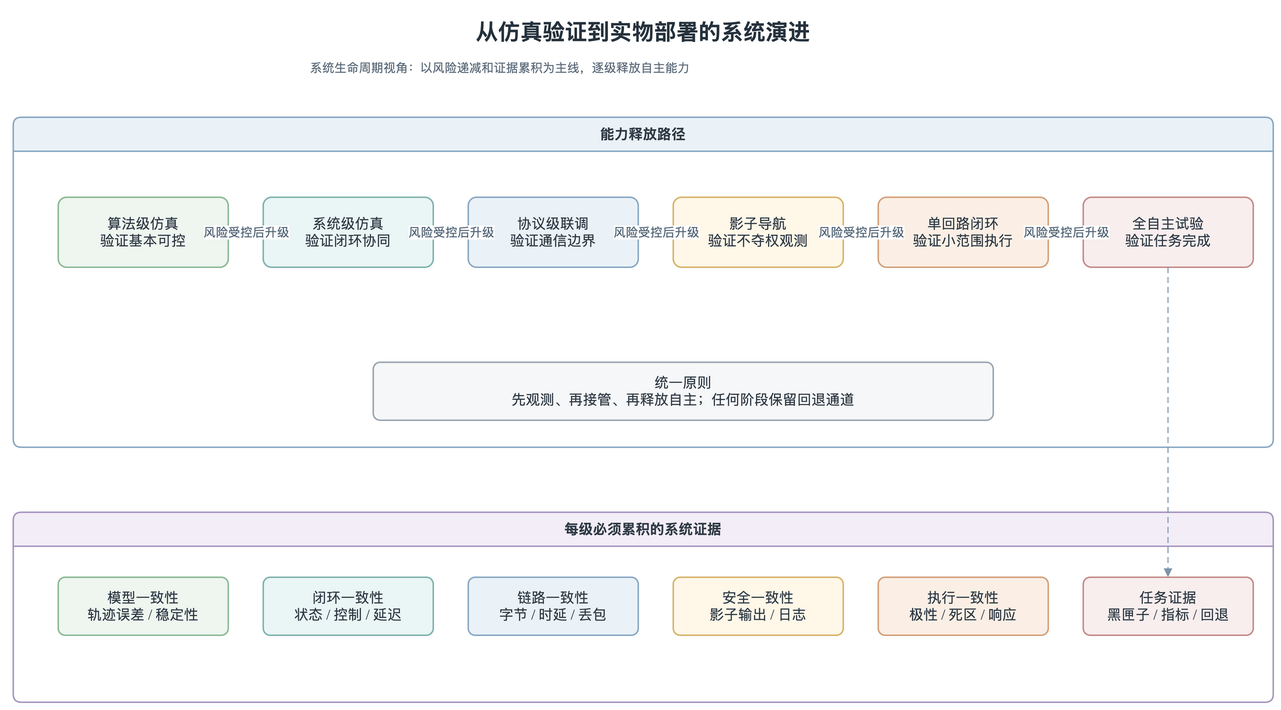
Before: docs/thesis/figures/architecture/auv_system_verification_deployment_ladder.drawio.png, a diagram exported from draw.io (360ZMEM/AUV-Master-Project). Source tidied: cells renumbered, new cells last; positions are measured from the earlier drawing's top-left corner, leaving out a move shared by most shapes.
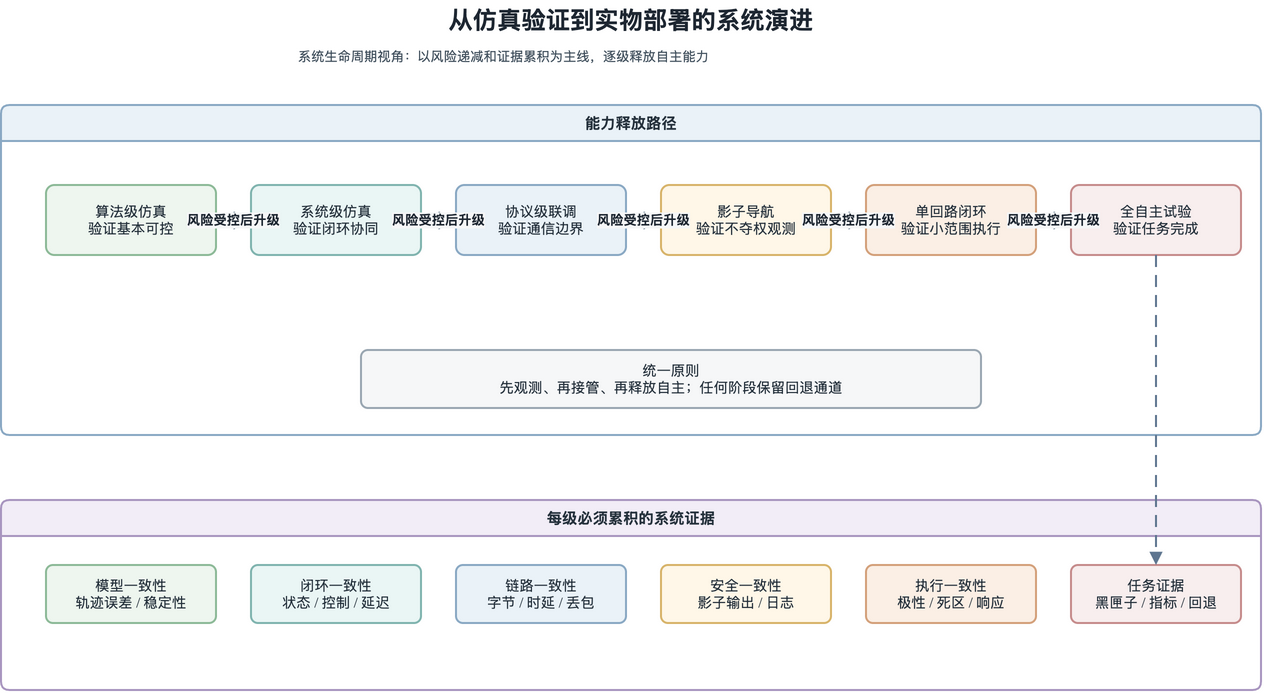
After the commit.

The edit, as a diff of the source:
```diff
@@ -2,88 +2,88 @@
   <root>
     <mxCell id="0" />
     <mxCell id="1" parent="0" />
-    <mxCell id="2" value="从仿真验证到实物部署的系统演进" style="text;html=1;strokeColor=none;fillColor=none;align=center;verticalAlign=middle;whiteSpace=wrap;rounded=0;fontFamily=Noto Serif CJK SC,Times New Roman;fontSize=22;fontStyle=1;fontColor=#26323D;" parent="1" vertex="1">
+    <mxCell id="2" value="从仿真验证到实物部署的系统演进" style="text;html=1;strokeColor=none;fillColor=none;align=center;verticalAlign=middle;whiteSpace=wrap;rounded=0;fontFamily=Noto Serif CJK SC,Times New Roman;fontSize=24;fontStyle=1;fontColor=#1E2732;" parent="1" vertex="1">
       <mxGeometry x="250" width="760" height="40" as="geometry" />
     </mxCell>
-    <mxCell id="3" value="系统生命周期视角：以风险递减和证据累积为主线，逐级释放自主能力" style="text;html=1;strokeColor=none;fillColor=none;align=left;verticalAlign=top;whiteSpace=wrap;rounded=0;fontFamily=Noto Serif CJK SC,Times New Roman;fontSize=12;fontColor=#5C6B7A;" parent="1" vertex="1">
+    <mxCell id="3" value="系统生命周期视角：以风险递减和证据累积为主线，逐级释放自主能力" style="text;html=1;strokeColor=none;fillColor=none;align=left;verticalAlign=top;whiteSpace=wrap;rounded=0;fontFamily=Noto Serif CJK SC,Times New Roman;fontSize=13;fontColor=#43525F;" parent="1" vertex="1">
       <mxGeometry x="295" y="42" width="700" height="34" as="geometry" />
     </mxCell>
-    <mxCell id="4" value="能力释放路径" style="swimlane;whiteSpace=wrap;html=1;startSize=34;rounded=1;arcSize=8;fillColor=#EAF2F8;strokeColor=#8AA9C4;strokeWidth=1.5;fontFamily=Noto Serif CJK SC,Times New Roman;fontSize=14;fontColor=#2F3A45;" parent="1" vertex="1">
+    <mxCell id="4" value="能力释放路径" style="swimlane;whiteSpace=wrap;html=1;startSize=36;rounded=1;arcSize=8;fillColor=#EAF2F8;strokeColor=#8AA9C4;strokeWidth=2;fontFamily=Noto Serif CJK SC,Times New Roman;fontSize=14;fontColor=#26323D;fontStyle=1;fontSize=15;" parent="1" vertex="1">
       <mxGeometry y="105" width="1260" height="330" as="geometry" />
     </mxCell>
-    <mxCell id="5" value="每级必须累积的系统证据" style="swimlane;whiteSpace=wrap;html=1;startSize=34;rounded=1;arcSize=8;fillColor=#F2EDF7;strokeColor=#A996C0;strokeWidth=1.5;fontFamily=Noto Serif CJK SC,Times New Roman;fontSize=14;fontColor=#2F3A45;" parent="1" vertex="1">
+    <mxCell id="5" value="每级必须累积的系统证据" style="swimlane;whiteSpace=wrap;html=1;startSize=36;rounded=1;arcSize=8;fillColor=#F2EDF7;strokeColor=#A996C0;strokeWidth=2;fontFamily=Noto Serif CJK SC,Times New Roman;fontSize=14;fontColor=#26323D;fontStyle=1;fontSize=15;" parent="1" vertex="1">
       <mxGeometry y="500" width="1260" height="190" as="geometry" />
     </mxCell>
-    <mxCell id="6" value="算法级仿真&#10;验证基本可控" style="rounded=1;whiteSpace=wrap;html=1;arcSize=12;fillColor=#EEF6EF;strokeColor=#8DBA98;strokeWidth=1.5;spacing=8;fontFamily=Noto Serif CJK SC,Times New Roman;fontSize=14;fontColor=#2F3A45;" parent="4" vertex="1">
+    <mxCell id="6" value="算法级仿真&#10;验证基本可控" style="rounded=1;whiteSpace=wrap;html=1;arcSize=12;fillColor=#EEF6EF;strokeColor=#8DBA98;strokeWidth=2;spacing=8;shadow=0;fontFamily=Noto Serif CJK SC,Times New Roman;fontSize=14;fontColor=#26323D;" parent="4" vertex="1">
       <mxGeometry x="45" y="80" width="170" height="70" as="geometry" />
     </mxCell>
-    <mxCell id="7" value="系统级仿真&#10;验证闭环协同" style="rounded=1;whiteSpace=wrap;html=1;arcSize=12;fillColor=#EAF6F5;strokeColor=#80B4AF;strokeWidth=1.5;spacing=8;fontFamily=Noto Serif CJK SC,Times New Roman;fontSize=14;fontColor=#2F3A45;" parent="4" vertex="1">
+    <mxCell id="7" value="系统级仿真&#10;验证闭环协同" style="rounded=1;whiteSpace=wrap;html=1;arcSize=12;fillColor=#EAF6F5;strokeColor=#80B4AF;strokeWidth=2;spacing=8;shadow=0;fontFamily=Noto Serif CJK SC,Times New Roman;fontSize=14;fontColor=#26323D;" parent="4" vertex="1">
       <mxGeometry x="250" y="80" width="170" height="70" as="geometry" />
     </mxCell>
-    <mxCell id="8" value="协议级联调&#10;验证通信边界" style="rounded=1;whiteSpace=wrap;html=1;arcSize=12;fillColor=#EAF2F8;strokeColor=#8AA9C4;strokeWidth=1.5;spacing=8;fontFamily=Noto Serif CJK SC,Times New Roman;fontSize=14;fontColor=#2F3A45;" parent="4" vertex="1">
+    <mxCell id="8" value="协议级联调&#10;验证通信边界" style="rounded=1;whiteSpace=wrap;html=1;arcSize=12;fillColor=#EAF2F8;strokeColor=#8AA9C4;strokeWidth=2;spacing=8;shadow=0;fontFamily=Noto Serif CJK SC,Times New Roman;fontSize=14;fontColor=#26323D;" parent="4" vertex="1">
       <mxGeometry x="455" y="80" width="170" height="70" as="geometry" />
     </mxCell>
-    <mxCell id="9" value="影子导航&#10;验证不夺权观测" style="rounded=1;whiteSpace=wrap;html=1;arcSize=12;fillColor=#FFF7E8;strokeColor=#D8B46A;strokeWidth=1.5;spacing=8;fontFamily=Noto Serif CJK SC,Times New Roman;fontSize=14;fontColor=#2F3A45;" parent="4" vertex="1">
+    <mxCell id="9" value="影子导航&#10;验证不夺权观测" style="rounded=1;whiteSpace=wrap;html=1;arcSize=12;fillColor=#FFF7E8;strokeColor=#D8B46A;strokeWidth=2;spacing=8;shadow=0;fontFamily=Noto Serif CJK SC,Times New Roman;fontSize=14;fontColor=#26323D;" parent="4" vertex="1">
       <mxGeometry x="660" y="80" width="170" height="70" as="geometry" />
     </mxCell>
-    <mxCell id="10" value="单回路闭环&#10;验证小范围执行" style="rounded=1;whiteSpace=wrap;html=1;arcSize=12;fillColor=#FBEFE5;strokeColor=#D4A17B;strokeWidth=1.5;spacing=8;fontFamily=Noto Serif CJK SC,Times New Roman;fontSize=14;fontColor=#2F3A45;" parent="4" vertex="1">
+    <mxCell id="10" value="单回路闭环&#10;验证小范围执行" style="rounded=1;whiteSpace=wrap;html=1;arcSize=12;fillColor=#FBEFE5;strokeColor=#D4A17B;strokeWidth=2;spacing=8;shadow=0;fontFamily=Noto Serif CJK SC,Times New Roman;fontSize=14;fontColor=#26323D;" parent="4" vertex="1">
       <mxGeometry x="865" y="80" width="170" height="70" as="geometry" />
     </mxCell>
-    <mxCell id="11" value="全自主试验&#10;验证任务完成" style="rounded=1;whiteSpace=wrap;html=1;arcSize=12;fillColor=#F8EEEE;strokeColor=#C68C8C;strokeWidth=1.5;spacing=8;fontFamily=Noto Serif CJK SC,Times New Roman;fontSize=14;fontColor=#2F3A45;" parent="4" vertex="1">
+    <mxCell id="11" value="全自主试验&#10;验证任务完成" style="rounded=1;whiteSpace=wrap;html=1;arcSize=12;fillColor=#F8EEEE;strokeColor=#C68C8C;strokeWidth=2;spacing=8;shadow=0;fontFamily=Noto Serif CJK SC,Times New Roman;fontSize=14;fontColor=#26323D;" parent="4" vertex="1">
       <mxGeometry x="1070" y="80" width="170" height="70" as="geometry" />
     </mxCell>
-    <mxCell id="12" value="模型一致性&#10;轨迹误差 / 稳定性" style="rounded=1;whiteSpace=wrap;html=1;arcSize=12;fillColor=#EEF6EF;strokeColor=#8DBA98;strokeWidth=1.5;spacing=8;fontFamily=Noto Serif CJK SC,Times New Roman;fontSize=14;fontColor=#2F3A45;" parent="5" vertex="1">
+    <mxCell id="12" value="模型一致性&#10;轨迹误差 / 稳定性" style="rounded=1;whiteSpace=wrap;html=1;arcSize=12;fillColor=#EEF6EF;strokeColor=#8DBA98;strokeWidth=2;spacing=8;shadow=0;fontFamily=Noto Serif CJK SC,Times New Roman;fontSize=14;fontColor=#26323D;" parent="5" vertex="1">
       <mxGeometry x="45" y="65" width="170" height="58" as="geometry" />
     </mxCell>
-    <mxCell id="13" value="闭环一致性&#10;状态 / 控制 / 延迟" style="rounded=1;whiteSpace=wrap;html=1;arcSize=12;fillColor=#EAF6F5;strokeColor=#80B4AF;strokeWidth=1.5;spacing=8;fontFamily=Noto Serif CJK SC,Times New Roman;fontSize=14;fontColor=#2F3A45;" parent="5" vertex="1">
+    <mxCell id="13" value="闭环一致性&#10;状态 / 控制 / 延迟" style="rounded=1;whiteSpace=wrap;html=1;arcSize=12;fillColor=#EAF6F5;strokeColor=#80B4AF;strokeWidth=2;spacing=8;shadow=0;fontFamily=Noto Serif CJK SC,Times New Roman;fontSize=14;fontColor=#26323D;" parent="5" vertex="1">
       <mxGeometry x="250" y="65" width="170" height="58" as="geometry" />
     </mxCell>
-    <mxCell id="14" value="链路一致性&#10;字节 / 时延 / 丢包" style="rounded=1;whiteSpace=wrap;html=1;arcSize=12;fillColor=#EAF2F8;strokeColor=#8AA9C4;strokeWidth=1.5;spacing=8;fontFamily=Noto Serif CJK SC,Times New Roman;fontSize=14;fontColor=#2F3A45;" parent="5" vertex="1">
+    <mxCell id="14" value="链路一致性&#10;字节 / 时延 / 丢包" style="rounded=1;whiteSpace=wrap;html=1;arcSize=12;fillColor=#EAF2F8;strokeColor=#8AA9C4;strokeWidth=2;spacing=8;shadow=0;fontFamily=Noto Serif CJK SC,Times New Roman;fontSize=14;fontColor=#26323D;" parent="5" vertex="1">
       <mxGeometry x="455" y="65" width="170" height="58" as="geometry" />
     </mxCell>
-    <mxCell id="15" value="安全一致性&#10;影子输出 / 日志" style="rounded=1;whiteSpace=wrap;html=1;arcSize=12;fillColor=#FFF7E8;strokeColor=#D8B46A;strokeWidth=1.5;spacing=8;fontFamily=Noto Serif CJK SC,Times New Roman;fontSize=14;fontColor=#2F3A45;" parent="5" vertex="1">
+    <mxCell id="15" value="安全一致性&#10;影子输出 / 日志" style="rounded=1;whiteSpace=wrap;html=1;arcSize=12;fillColor=#FFF7E8;strokeColor=#D8B46A;strokeWidth=2;spacing=8;shadow=0;fontFamily=Noto Serif CJK SC,Times New Roman;fontSize=14;fontColor=#26323D;" parent="5" vertex="1">
       <mxGeometry x="660" y="65" width="170" height="58" as="geometry" />
     </mxCell>
-    <mxCell id="16" value="执行一致性&#10;极性 / 死区 / 响应" style="rounded=1;whiteSpace=wrap;html=1;arcSize=12;fillColor=#FBEFE5;strokeColor=#D4A17B;strokeWidth=1.5;spacing=8;fontFamily=Noto Serif CJK SC,Times New Roman;fontSize=14;fontColor=#2F3A45;" parent="5" vertex="1">
+    <mxCell id="16" value="执行一致性&#10;极性 / 死区 / 响应" style="rounded=1;whiteSpace=wrap;html=1;arcSize=12;fillColor=#FBEFE5;strokeColor=#D4A17B;strokeWidth=2;spacing=8;shadow=0;fontFamily=Noto Serif CJK SC,Times New Roman;fontSize=14;fontColor=#26323D;" parent="5" vertex="1">
       <mxGeometry x="865" y="65" width="170" height="58" as="geometry" />
     </mxCell>
-    <mxCell id="17" value="任务证据&#10;黑匣子 / 指标 / 回退" style="rounded=1;whiteSpace=wrap;html=1;arcSize=12;fillColor=#F8EEEE;strokeColor=#C68C8C;strokeWidth=1.5;spacing=8;fontFamily=Noto Serif CJK SC,Times New Roman;fontSize=14;fontColor=#2F3A45;" parent="5" vertex="1">
+    <mxCell id="17" value="任务证据&#10;黑匣子 / 指标 / 回退" style="rounded=1;whiteSpace=wrap;html=1;arcSize=12;fillColor=#F8EEEE;strokeColor=#C68C8C;strokeWidth=2;spacing=8;shadow=0;fontFamily=Noto Serif CJK SC,Times New Roman;fontSize=14;fontColor=#26323D;" parent="5" vertex="1">
       <mxGeometry x="1070" y="65" width="170" height="58" as="geometry" />
     </mxCell>
-    <mxCell id="18" value="风险受控后升级" style="edgeStyle=orthogonalEdgeStyle;rounded=1;jettySize=auto;html=1;strokeColor=#7E93A8;fontColor=#536577;fontSize=12;endArrow=block;endFill=1;exitX=1;entryX=0;" parent="1" edge="1" source="6" target="7">
+    <mxCell id="18" value="风险受控后升级" style="edgeStyle=orthogonalEdgeStyle;rounded=1;jettySize=auto;html=1;strokeColor=#2F4A63;fontColor=#1E2732;fontSize=13;fontStyle=1;strokeWidth=3;labelBackgroundColor=#F6F7F8;labelBorderColor=none;endArrow=block;endFill=1;endSize=10;exitX=1;entryX=0;" parent="1" edge="1" source="6" target="7">
       <mxGeometry relative="1" as="geometry" />
     </mxCell>
-    <mxCell id="19" style="edgeStyle=orthogonalEdgeStyle;rounded=1;jettySize=auto;html=1;strokeColor=#7E93A8;fontColor=#536577;fontSize=12;endArrow=block;endFill=1;dashed=1;dashPattern=6 4;exitX=0.5;exitY=1;entryX=0.5;entryY=0;" parent="1" edge="1" source="6" target="12">
+    <mxCell id="19" style="edgeStyle=orthogonalEdgeStyle;rounded=1;jettySize=auto;html=1;strokeColor=#5F7690;fontColor=#3B4A57;fontSize=12;strokeWidth=2;labelBackgroundColor=#F6F7F8;labelBorderColor=none;endArrow=block;endFill=1;endSize=8;dashed=1;dashPattern=6 4;exitX=0.5;exitY=1;entryX=0.5;entryY=0;" parent="1" edge="1" source="6" target="12">
       <mxGeometry relative="1" as="geometry" />
     </mxCell>
-    <mxCell id="20" value="风险受控后升级" style="edgeStyle=orthogonalEdgeStyle;rounded=1;jettySize=auto;html=1;strokeColor=#7E93A8;fontColor=#536577;fontSize=12;endArrow=block;endFill=1;exitX=1;entryX=0;" parent="1" edge="1" source="7" target="8">
+    <mxCell id="20" value="风险受控后升级" style="edgeStyle=orthogonalEdgeStyle;rounded=1;jettySize=auto;html=1;strokeColor=#2F4A63;fontColor=#1E2732;fontSize=13;fontStyle=1;strokeWidth=3;labelBackgroundColor=#F6F7F8;labelBorderColor=none;endArrow=block;endFill=1;endSize=10;exitX=1;entryX=0;" parent="1" edge="1" source="7" target="8">
       <mxGeometry relative="1" as="geometry" />
     </mxCell>
-    <mxCell id="21" style="edgeStyle=orthogonalEdgeStyle;rounded=1;jettySize=auto;html=1;strokeColor=#7E93A8;fontColor=#536577;fontSize=12;endArrow=block;endFill=1;dashed=1;dashPattern=6 4;exitX=0.5;exitY=1;entryX=0.5;entryY=0;" parent="1" edge="1" source="7" target="13">
+    <mxCell id="21" style="edgeStyle=orthogonalEdgeStyle;rounded=1;jettySize=auto;html=1;strokeColor=#5F7690;fontColor=#3B4A57;fontSize=12;strokeWidth=2;labelBackgroundColor=#F6F7F8;labelBorderColor=none;endArrow=block;endFill=1;endSize=8;dashed=1;dashPattern=6 4;exitX=0.5;exitY=1;entryX=0.5;entryY=0;" parent="1" edge="1" source="7" target="13">
       <mxGeometry relative="1" as="geometry" />
     </mxCell>
-    <mxCell id="22" value="风险受控后升级" style="edgeStyle=orthogonalEdgeStyle;rounded=1;jettySize=auto;html=1;strokeColor=#7E93A8;fontColor=#536577;fontSize=12;endArrow=block;endFill=1;exitX=1;entryX=0;" parent="1" edge="1" source="8" target="9">
+    <mxCell id="22" value="风险受控后升级" style="edgeStyle=orthogonalEdgeStyle;rounded=1;jettySize=auto;html=1;strokeColor=#2F4A63;fontColor=#1E2732;fontSize=13;fontStyle=1;strokeWidth=3;labelBackgroundColor=#F6F7F8;labelBorderColor=none;endArrow=block;endFill=1;endSize=10;exitX=1;entryX=0;" parent="1" edge="1" source="8" target="9">
       <mxGeometry relative="1" as="geometry" />
     </mxCell>
-    <mxCell id="23" style="edgeStyle=orthogonalEdgeStyle;rounded=1;jettySize=auto;html=1;strokeColor=#7E93A8;fontColor=#536577;fontSize=12;endArrow=block;endFill=1;dashed=1;dashPattern=6 4;exitX=0.5;exitY=1;entryX=0.5;entryY=0;" parent="1" edge="1" source="8" target="14">
+    <mxCell id="23" style="edgeStyle=orthogonalEdgeStyle;rounded=1;jettySize=auto;html=1;strokeColor=#5F7690;fontColor=#3B4A57;fontSize=12;strokeWidth=2;labelBackgroundColor=#F6F7F8;labelBorderColor=none;endArrow=block;endFill=1;endSize=8;dashed=1;dashPattern=6 4;exitX=0.5;exitY=1;entryX=0.5;entryY=0;" parent="1" edge="1" source="8" target="14">
       <mxGeometry relative="1" as="geometry" />
     </mxCell>
-    <mxCell id="24" value="风险受控后升级" style="edgeStyle=orthogonalEdgeStyle;rounded=1;jettySize=auto;html=1;strokeColor=#7E93A8;fontColor=#536577;fontSize=12;endArrow=block;endFill=1;exitX=1;entryX=0;" parent="1" edge="1" source="9" target="10">
+    <mxCell id="24" value="风险受控后升级" style="edgeStyle=orthogonalEdgeStyle;rounded=1;jettySize=auto;html=1;strokeColor=#2F4A63;fontColor=#1E2732;fontSize=13;fontStyle=1;strokeWidth=3;labelBackgroundColor=#F6F7F8;labelBorderColor=none;endArrow=block;endFill=1;endSize=10;exitX=1;entryX=0;" parent="1" edge="1" source="9" target="10">
       <mxGeometry relative="1" as="geometry" />
     </mxCell>
-    <mxCell id="25" style="edgeStyle=orthogonalEdgeStyle;rounded=1;jettySize=auto;html=1;strokeColor=#7E93A8;fontColor=#536577;fontSize=12;endArrow=block;endFill=1;dashed=1;dashPattern=6 4;exitX=0.5;exitY=1;entryX=0.5;entryY=0;" parent="1" edge="1" source="9" target="15">
+    <mxCell id="25" style="edgeStyle=orthogonalEdgeStyle;rounded=1;jettySize=auto;html=1;strokeColor=#5F7690;fontColor=#3B4A57;fontSize=12;strokeWidth=2;labelBackgroundColor=#F6F7F8;labelBorderColor=none;endArrow=block;endFill=1;endSize=8;dashed=1;dashPattern=6 4;exitX=0.5;exitY=1;entryX=0.5;entryY=0;" parent="1" edge="1" source="9" target="15">
       <mxGeometry relative="1" as="geometry" />
     </mxCell>
-    <mxCell id="26" value="风险受控后升级" style="edgeStyle=orthogonalEdgeStyle;rounded=1;jettySize=auto;html=1;strokeColor=#7E93A8;fontColor=#536577;fontSize=12;endArrow=block;endFill=1;exitX=1;entryX=0;" parent="1" edge="1" source="10" target="11">
+    <mxCell id="26" value="风险受控后升级" style="edgeStyle=orthogonalEdgeStyle;rounded=1;jettySize=auto;html=1;strokeColor=#2F4A63;fontColor=#1E2732;fontSize=13;fontStyle=1;strokeWidth=3;labelBackgroundColor=#F6F7F8;labelBorderColor=none;endArrow=block;endFill=1;endSize=10;exitX=1;entryX=0;" parent="1" edge="1" source="10" target="11">
       <mxGeometry relative="1" as="geometry" />
     </mxCell>
-    <mxCell id="27" style="edgeStyle=orthogonalEdgeStyle;rounded=1;jettySize=auto;html=1;strokeColor=#7E93A8;fontColor=#536577;fontSize=12;endArrow=block;endFill=1;dashed=1;dashPattern=6 4;exitX=0.5;exitY=1;entryX=0.5;entryY=0;" parent="1" edge="1" source="10" target="16">
+    <mxCell id="27" style="edgeStyle=orthogonalEdgeStyle;rounded=1;jettySize=auto;html=1;strokeColor=#5F7690;fontColor=#3B4A57;fontSize=12;strokeWidth=2;labelBackgroundColor=#F6F7F8;labelBorderColor=none;endArrow=block;endFill=1;endSize=8;dashed=1;dashPattern=6 4;exitX=0.5;exitY=1;entryX=0.5;entryY=0;" parent="1" edge="1" source="10" target="16">
       <mxGeometry relative="1" as="geometry" />
     </mxCell>
-    <mxCell id="28" style="edgeStyle=orthogonalEdgeStyle;rounded=1;jettySize=auto;html=1;strokeColor=#7E93A8;fontColor=#536577;fontSize=12;endArrow=block;endFill=1;dashed=1;dashPattern=6 4;exitX=0.5;exitY=1;entryX=0.5;entryY=0;" parent="1" edge="1" source="11" target="17">
+    <mxCell id="28" style="edgeStyle=orthogonalEdgeStyle;rounded=1;jettySize=auto;html=1;strokeColor=#5F7690;fontColor=#3B4A57;fontSize=12;strokeWidth=2;labelBackgroundColor=#F6F7F8;labelBorderColor=none;endArrow=block;endFill=1;endSize=8;dashed=1;dashPattern=6 4;exitX=0.5;exitY=1;entryX=0.5;entryY=0;" parent="1" edge="1" source="11" target="17">
       <mxGeometry relative="1" as="geometry" />
     </mxCell>
-    <mxCell id="29" value="统一原则&#10;先观测、再接管、再释放自主；任何阶段保留回退通道" style="rounded=1;whiteSpace=wrap;html=1;arcSize=12;fillColor=#F6F7F8;strokeColor=#9AA7B2;strokeWidth=1.5;spacing=8;fontFamily=Noto Serif CJK SC,Times New Roman;fontSize=14;fontColor=#2F3A45;" parent="4" vertex="1">
+    <mxCell id="29" value="统一原则&#10;先观测、再接管、再释放自主；任何阶段保留回退通道" style="rounded=1;whiteSpace=wrap;html=1;arcSize=12;fillColor=#F6F7F8;strokeColor=#9AA7B2;strokeWidth=2;spacing=8;shadow=0;fontFamily=Noto Serif CJK SC,Times New Roman;fontSize=14;fontColor=#26323D;" parent="4" vertex="1">
       <mxGeometry x="360" y="245" width="620" height="58" as="geometry" />
     </mxCell>
   </root>
```
